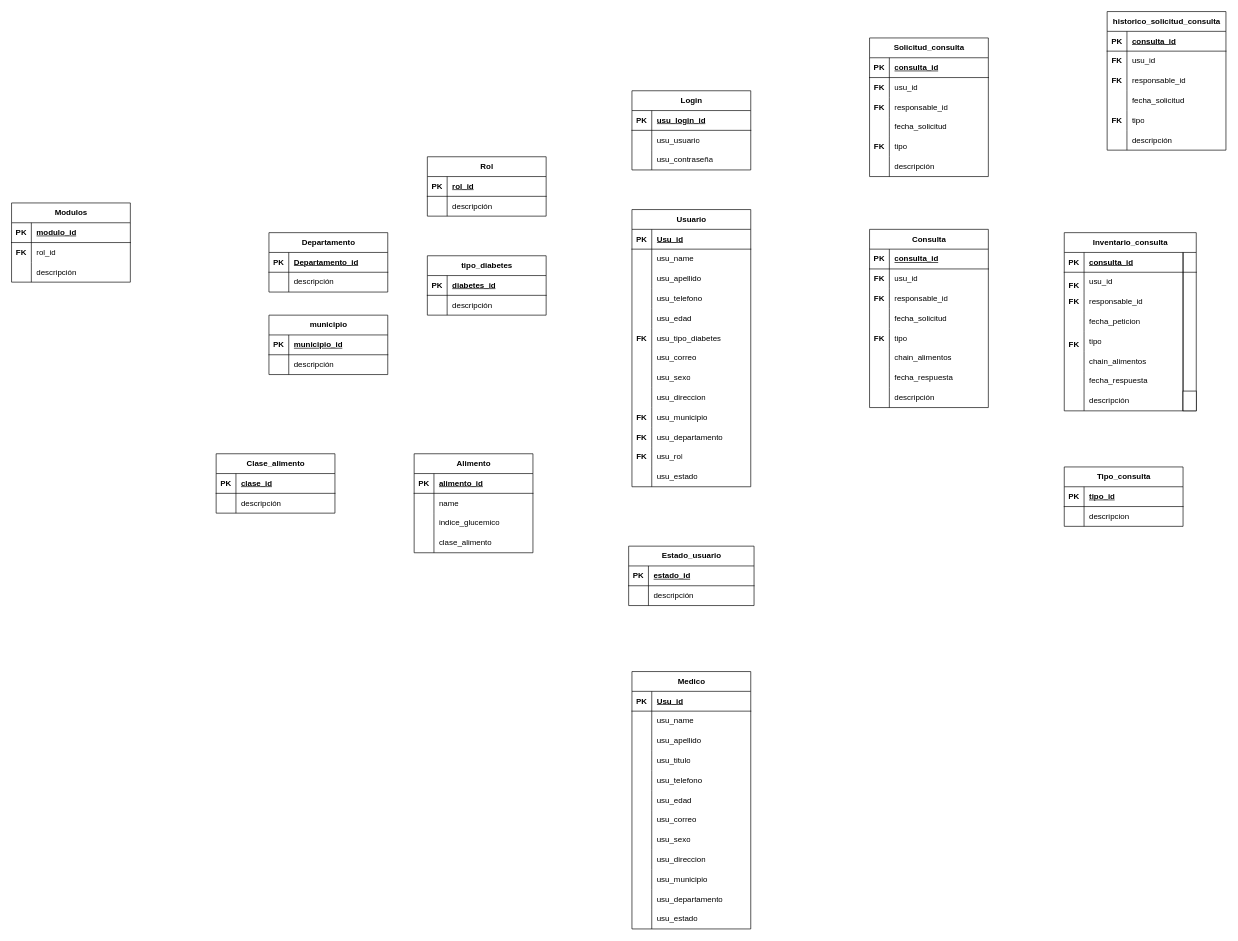
Marstiven/Proyecto_DiabSweet keeps this draw.io diagram as Untitled Diagram.drawio. Above is the earlier version. Source tidied: cells renumbered, new cells numbered last; positions are measured from the earlier drawing's top-left corner, leaving out a move shared by most shapes. Both pictures are drawn from the tidied source at 66%, with x=0, y=0 at pixel (11, 11).
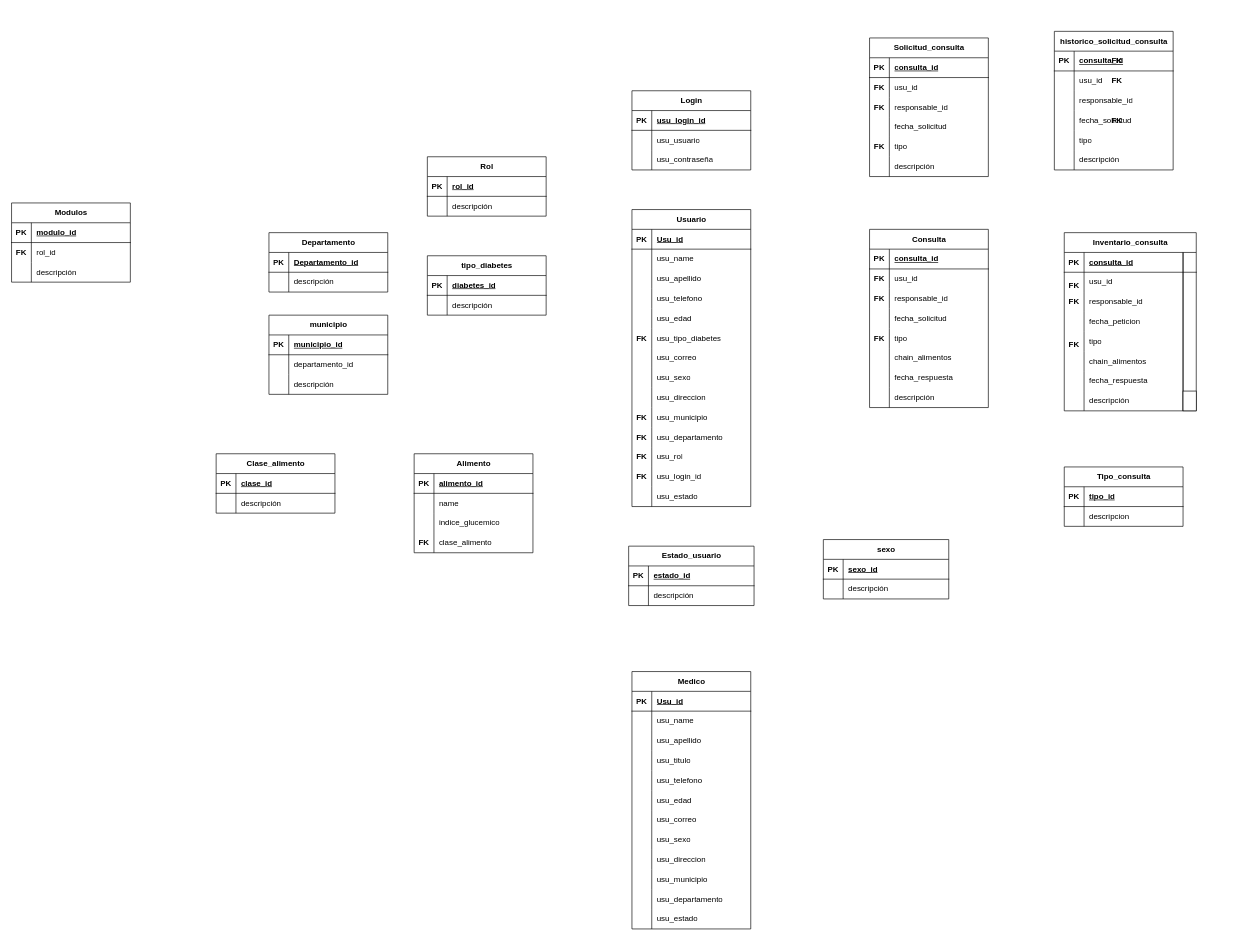
The same diagram, later.

Unchanged cells that the change refers to:
```xml
<mxCell id="182" style="shape=tableRow;horizontal=0;startSize=0;swimlaneHead=0;swimlaneBody=0;fillColor=none;top=0;left=0;right=0;bottom=0;" parent="178" vertex="1">
  <mxGeometry y="60" width="180" height="30" as="geometry" />
</mxCell>
```

Diff of the diagram source:
```diff
@@
     <mxCell id="9" value="Usuario" style="shape=table;startSize=30;childLayout=tableLayout;rowLines=0;fontStyle=1;align=center;html=1;" parent="1" vertex="1">
-      <mxGeometry x="940" y="300" width="180" height="420" as="geometry" />
+      <mxGeometry x="940" y="300" width="180" height="450" as="geometry" />
     </mxCell>
@@
+    <mxCell id="268" style="shape=tableRow;horizontal=0;startSize=0;swimlaneHead=0;swimlaneBody=0;fillColor=none;top=0;left=0;right=0;bottom=0;" parent="9" vertex="1">
+      <mxGeometry y="390" width="180" height="30" as="geometry" />
+    </mxCell>
+    <mxCell id="269" style="shape=partialRectangle;fillColor=none;top=0;left=0;bottom=0;right=0;overflow=hidden;whiteSpace=wrap;html=1;" parent="268" vertex="1">
+      <mxGeometry width="30" height="30" as="geometry" />
+    </mxCell>
+    <mxCell id="270" value="usu_login_id" style="shape=partialRectangle;fillColor=none;top=0;left=0;bottom=0;right=0;align=left;spacingLeft=6;overflow=hidden;whiteSpace=wrap;html=1;" parent="268" vertex="1">
+      <mxGeometry x="30" width="150" height="30" as="geometry" />
+    </mxCell>
     <mxCell id="46" style="shape=tableRow;horizontal=0;startSize=0;swimlaneHead=0;swimlaneBody=0;fillColor=none;top=0;left=0;right=0;bottom=0;" parent="9" vertex="1">
-      <mxGeometry y="390" width="180" height="30" as="geometry" />
+      <mxGeometry y="420" width="180" height="30" as="geometry" />
     </mxCell>
@@
     <mxCell id="178" value="municipio" style="shape=table;startSize=30;childLayout=tableLayout;rowLines=0;fontStyle=1;align=center;html=1;" parent="1" vertex="1">
-      <mxGeometry x="390" y="460" width="180" height="90" as="geometry" />
+      <mxGeometry x="390" y="460" width="180" height="120" as="geometry" />
     </mxCell>
@@
-    <mxCell id="184" value="descripción" style="shape=partialRectangle;fillColor=none;top=0;left=0;bottom=0;right=0;align=left;spacingLeft=6;overflow=hidden;whiteSpace=wrap;html=1;" parent="182" vertex="1">
+    <mxCell id="184" value="departamento_id" style="shape=partialRectangle;fillColor=none;top=0;left=0;bottom=0;right=0;align=left;spacingLeft=6;overflow=hidden;whiteSpace=wrap;html=1;" parent="182" vertex="1">
       <mxGeometry x="30" width="150" height="30" as="geometry" />
     </mxCell>
+    <mxCell id="271" style="shape=tableRow;horizontal=0;startSize=0;swimlaneHead=0;swimlaneBody=0;fillColor=none;top=0;left=0;right=0;bottom=0;" parent="178" vertex="1">
+      <mxGeometry y="90" width="180" height="30" as="geometry" />
+    </mxCell>
+    <mxCell id="272" style="shape=partialRectangle;fillColor=none;top=0;left=0;bottom=0;right=0;overflow=hidden;whiteSpace=wrap;html=1;" parent="271" vertex="1">
+      <mxGeometry width="30" height="30" as="geometry" />
+    </mxCell>
+    <mxCell id="273" value="descripción" style="shape=partialRectangle;fillColor=none;top=0;left=0;bottom=0;right=0;align=left;spacingLeft=6;overflow=hidden;whiteSpace=wrap;html=1;" parent="271" vertex="1">
+      <mxGeometry x="30" width="150" height="30" as="geometry" />
+    </mxCell>
     <mxCell id="185" value="historico_solicitud_consulta" style="shape=table;startSize=30;childLayout=tableLayout;rowLines=0;fontStyle=1;align=center;html=1;" parent="1" vertex="1">
-      <mxGeometry x="1660" width="180" height="210" as="geometry" />
+      <mxGeometry x="1580" y="30" width="180" height="210" as="geometry" />
     </mxCell>
@@
+    <mxCell id="274" value="FK" style="shape=partialRectangle;fillColor=none;top=0;left=0;bottom=0;right=0;fontStyle=1;overflow=hidden;whiteSpace=wrap;html=1;" parent="1" vertex="1">
+      <mxGeometry x="610" y="790" width="30" height="30" as="geometry" />
+    </mxCell>
+    <mxCell id="275" value="FK" style="shape=partialRectangle;fillColor=none;top=0;left=0;bottom=0;right=0;fontStyle=1;overflow=hidden;whiteSpace=wrap;html=1;" parent="1" vertex="1">
+      <mxGeometry x="940" y="690" width="30" height="30" as="geometry" />
+    </mxCell>
+    <mxCell id="276" value="sexo" style="shape=table;startSize=30;childLayout=tableLayout;rowLines=0;fontStyle=1;align=center;html=1;" parent="1" vertex="1">
+      <mxGeometry x="1230" y="800" width="190" height="90" as="geometry" />
+    </mxCell>
+    <mxCell id="277" style="shape=tableRow;horizontal=0;startSize=0;swimlaneHead=0;swimlaneBody=0;fillColor=none;top=0;left=0;right=0;bottom=1;" parent="276" vertex="1">
+      <mxGeometry y="30" width="190" height="30" as="geometry" />
+    </mxCell>
+    <mxCell id="278" value="PK" style="shape=partialRectangle;fillColor=none;top=0;left=0;bottom=0;right=0;fontStyle=1;overflow=hidden;whiteSpace=wrap;html=1;" parent="277" vertex="1">
+      <mxGeometry width="30" height="30" as="geometry" />
+    </mxCell>
+    <mxCell id="279" value="sexo_id" style="shape=partialRectangle;fillColor=none;top=0;left=0;bottom=0;right=0;align=left;spacingLeft=6;fontStyle=5;overflow=hidden;whiteSpace=wrap;html=1;" parent="277" vertex="1">
+      <mxGeometry x="30" width="160" height="30" as="geometry" />
+    </mxCell>
+    <mxCell id="280" style="shape=tableRow;horizontal=0;startSize=0;swimlaneHead=0;swimlaneBody=0;fillColor=none;top=0;left=0;right=0;bottom=0;" parent="276" vertex="1">
+      <mxGeometry y="60" width="190" height="30" as="geometry" />
+    </mxCell>
+    <mxCell id="281" style="shape=partialRectangle;fillColor=none;top=0;left=0;bottom=0;right=0;overflow=hidden;whiteSpace=wrap;html=1;" parent="280" vertex="1">
+      <mxGeometry width="30" height="30" as="geometry" />
+    </mxCell>
+    <mxCell id="282" value="descripción" style="shape=partialRectangle;fillColor=none;top=0;left=0;bottom=0;right=0;align=left;spacingLeft=6;overflow=hidden;whiteSpace=wrap;html=1;" parent="280" vertex="1">
+      <mxGeometry x="30" width="160" height="30" as="geometry" />
+    </mxCell>
```
